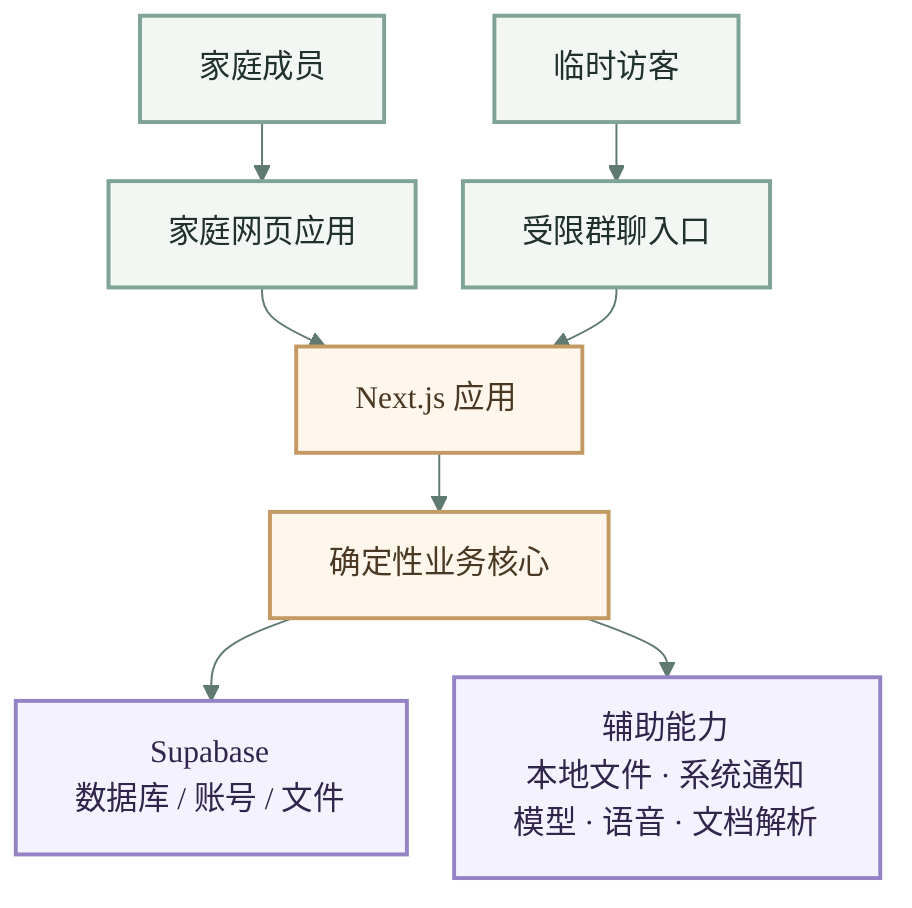
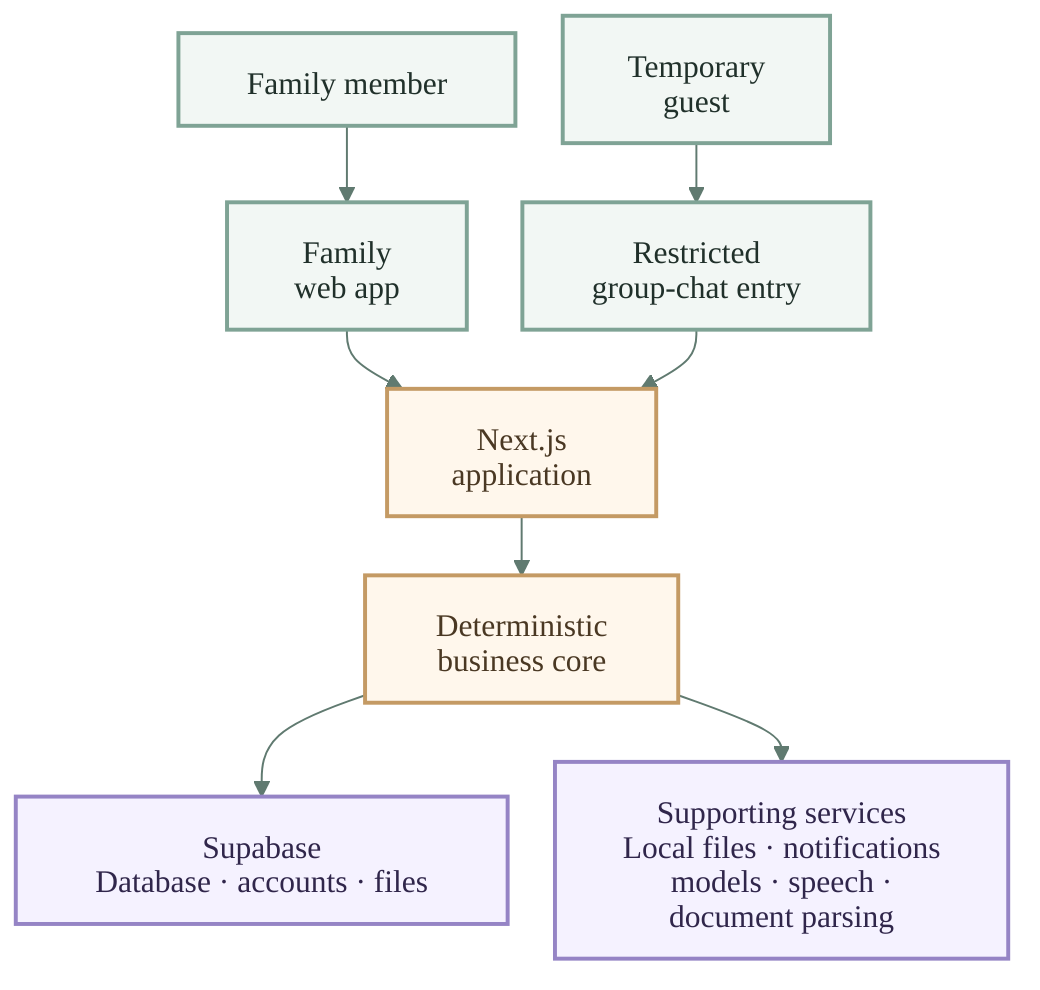
- %%{init: {"theme": "base", "themeVariables": {"fontFamily": "system-ui, sans-serif", "primaryColor": "#F2F7F4", "primaryTextColor": "#20302A", "primaryBorderColor": "#7FA395", "lineColor": "#607A70", "secondaryColor": "#FFF7EC", "tertiaryColor": "#F5F2FF"}, "flowchart": {"curve": "basis", "nodeSpacing": 24, "rankSpacing": 30}}}%%
+ %%{init: {"theme": "base", "htmlLabels": false, "themeVariables": {"fontFamily": "Arial, sans-serif", "primaryColor": "#F2F7F4", "primaryTextColor": "#20302A", "primaryBorderColor": "#7FA395", "lineColor": "#607A70", "secondaryColor": "#FFF7EC", "tertiaryColor": "#F5F2FF"}, "flowchart": {"curve": "basis", "nodeSpacing": 24, "rankSpacing": 30, "htmlLabels": false}}}%%
flowchart TB
-   MEMBER["家庭成员"] --> WEB["家庭网页应用"]
-   GUEST["临时访客"] --> GUESTUI["受限群聊入口"]
-   WEB --> NEXT["Next.js 应用"]
+   MEMBER["Family member"] --> WEB["Family<br/>web app"]
+   GUEST["Temporary<br/>guest"] --> GUESTUI["Restricted<br/>group-chat entry"]
+   WEB --> NEXT["Next.js<br/>application"]
  GUESTUI --> NEXT
-   NEXT --> CORE["确定性业务核心"]
-   CORE --> DATA["Supabase<br/>数据库 / 账号 / 文件"]
-   CORE --> SERVICES["辅助能力<br/>本地文件 · 系统通知<br/>模型 · 语音 · 文档解析"]
+   NEXT --> CORE["Deterministic<br/>business core"]
+   CORE --> DATA["Supabase<br/>Database · accounts · files"]
+   CORE --> SERVICES["Supporting services<br/>Local files · notifications<br/>models · speech · document parsing"]

  classDef user fill:#F2F7F4,stroke:#7FA395,color:#20302A,stroke-width:2px;
  classDef core fill:#FFF7EC,stroke:#C49A64,color:#4A3823,stroke-width:2px;
  classDef service fill:#F5F2FF,stroke:#9584C5,color:#30264B,stroke-width:2px;
  class MEMBER,GUEST,WEB,GUESTUI user;
  class NEXT,CORE core;
  class DATA,SERVICES service;
